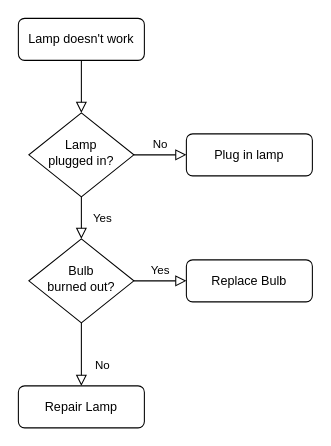
KotaHemanthIITD/competitive_coding keeps this draw.io diagram as job_scheduler.drawio. Above is the earlier version. Source tidied: cells renumbered, new cells numbered last; positions are measured from the earlier drawing's top-left corner, leaving out a move shared by most shapes. Both pictures are drawn from the tidied source at 105%, with x=0, y=0 at pixel (18, 18).
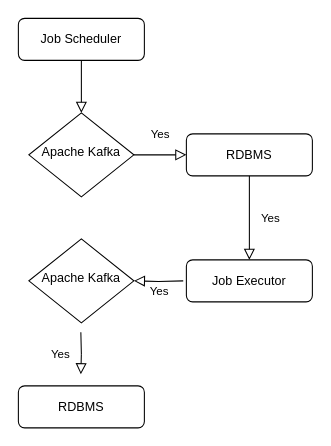
Above is the later version.

The edit, as a diff of the source:
```diff
@@
 <mxGraphModel>
   <root>
     <mxCell id="0" />
     <mxCell id="1" parent="0" />
     <mxCell id="2" style="rounded=0;html=1;jettySize=auto;fontSize=11;endArrow=block;endFill=0;endSize=8;strokeWidth=1;shadow=0;labelBackgroundColor=none;edgeStyle=orthogonalEdgeStyle;" parent="1" edge="1" source="3" target="6">
       <mxGeometry relative="1" as="geometry" />
     </mxCell>
-    <mxCell id="3" value="Lamp doesn't work" style="rounded=1;whiteSpace=wrap;html=1;fontSize=12;glass=0;strokeWidth=1;shadow=0;" parent="1" vertex="1">
+    <mxCell id="3" value="Job Scheduler" style="rounded=1;whiteSpace=wrap;html=1;fontSize=12;glass=0;strokeWidth=1;shadow=0;" parent="1" vertex="1">
       <mxGeometry width="120" height="40" as="geometry" />
     </mxCell>
-    <mxCell id="4" value="Yes" style="rounded=0;html=1;jettySize=auto;fontSize=11;endArrow=block;endFill=0;endSize=8;strokeWidth=1;shadow=0;labelBackgroundColor=none;edgeStyle=orthogonalEdgeStyle;" parent="1" edge="1" source="6" target="10">
+    <mxCell id="4" value="Yes" style="rounded=0;html=1;jettySize=auto;fontSize=11;endArrow=block;endFill=0;endSize=8;strokeWidth=1;shadow=0;labelBackgroundColor=none;edgeStyle=orthogonalEdgeStyle;exitX=0.5;exitY=1;exitDx=0;exitDy=0;entryX=0.5;entryY=0;entryDx=0;entryDy=0;" parent="1" edge="1" source="7" target="12">
       <mxGeometry y="20" relative="1" as="geometry" />
     </mxCell>
-    <mxCell id="5" value="No" style="edgeStyle=orthogonalEdgeStyle;rounded=0;html=1;jettySize=auto;fontSize=11;endArrow=block;endFill=0;endSize=8;strokeWidth=1;shadow=0;labelBackgroundColor=none;" parent="1" edge="1" source="6" target="7">
-      <mxGeometry y="10" relative="1" as="geometry" />
-    </mxCell>
-    <mxCell id="6" value="Lamp&lt;br&gt;plugged in?" style="rhombus;whiteSpace=wrap;html=1;shadow=0;fontFamily=Helvetica;fontSize=12;align=center;strokeWidth=1;spacing=6;spacingTop=-4;" parent="1" vertex="1">
+    <mxCell id="6" value="Apache Kafka" style="rhombus;whiteSpace=wrap;html=1;shadow=0;fontFamily=Helvetica;fontSize=12;align=center;strokeWidth=1;spacing=6;spacingTop=-4;" parent="1" vertex="1">
       <mxGeometry x="10" y="90" width="100" height="80" as="geometry" />
     </mxCell>
-    <mxCell id="7" value="Plug in lamp" style="rounded=1;whiteSpace=wrap;html=1;fontSize=12;glass=0;strokeWidth=1;shadow=0;" parent="1" vertex="1">
+    <mxCell id="7" value="RDBMS" style="rounded=1;whiteSpace=wrap;html=1;fontSize=12;glass=0;strokeWidth=1;shadow=0;" parent="1" vertex="1">
       <mxGeometry x="160" y="110" width="120" height="40" as="geometry" />
     </mxCell>
-    <mxCell id="8" value="No" style="rounded=0;html=1;jettySize=auto;fontSize=11;endArrow=block;endFill=0;endSize=8;strokeWidth=1;shadow=0;labelBackgroundColor=none;edgeStyle=orthogonalEdgeStyle;" parent="1" edge="1" source="10" target="11">
-      <mxGeometry x="0.33" y="20" relative="1" as="geometry" />
-    </mxCell>
-    <mxCell id="9" value="Yes" style="edgeStyle=orthogonalEdgeStyle;rounded=0;html=1;jettySize=auto;fontSize=11;endArrow=block;endFill=0;endSize=8;strokeWidth=1;shadow=0;labelBackgroundColor=none;" parent="1" edge="1" source="10" target="12">
-      <mxGeometry y="10" relative="1" as="geometry" />
+    <mxCell id="9" value="Yes" style="edgeStyle=orthogonalEdgeStyle;rounded=0;html=1;jettySize=auto;fontSize=11;endArrow=block;endFill=0;endSize=8;strokeWidth=1;shadow=0;labelBackgroundColor=none;entryX=1;entryY=0.5;entryDx=0;entryDy=0;" parent="1" edge="1" target="10">
+      <mxGeometry y="10" relative="1" as="geometry">
+        <mxPoint x="157" y="250" as="sourcePoint" />
+      </mxGeometry>
     </mxCell>
-    <mxCell id="10" value="Bulb&lt;br&gt;burned out?" style="rhombus;whiteSpace=wrap;html=1;shadow=0;fontFamily=Helvetica;fontSize=12;align=center;strokeWidth=1;spacing=6;spacingTop=-4;" parent="1" vertex="1">
+    <mxCell id="10" value="Apache Kafka" style="rhombus;whiteSpace=wrap;html=1;shadow=0;fontFamily=Helvetica;fontSize=12;align=center;strokeWidth=1;spacing=6;spacingTop=-4;" parent="1" vertex="1">
       <mxGeometry x="10" y="210" width="100" height="80" as="geometry" />
     </mxCell>
-    <mxCell id="11" value="Repair Lamp" style="rounded=1;whiteSpace=wrap;html=1;fontSize=12;glass=0;strokeWidth=1;shadow=0;" parent="1" vertex="1">
+    <mxCell id="11" value="RDBMS" style="rounded=1;whiteSpace=wrap;html=1;fontSize=12;glass=0;strokeWidth=1;shadow=0;" parent="1" vertex="1">
       <mxGeometry y="350" width="120" height="40" as="geometry" />
     </mxCell>
-    <mxCell id="12" value="Replace Bulb" style="rounded=1;whiteSpace=wrap;html=1;fontSize=12;glass=0;strokeWidth=1;shadow=0;" parent="1" vertex="1">
+    <mxCell id="12" value="Job Executor" style="rounded=1;whiteSpace=wrap;html=1;fontSize=12;glass=0;strokeWidth=1;shadow=0;" parent="1" vertex="1">
       <mxGeometry x="160" y="230" width="120" height="40" as="geometry" />
     </mxCell>
+    <mxCell id="5" value="Yes" style="rounded=0;html=1;jettySize=auto;fontSize=11;endArrow=block;endFill=0;endSize=8;strokeWidth=1;shadow=0;labelBackgroundColor=none;edgeStyle=orthogonalEdgeStyle;exitX=1;exitY=0.5;exitDx=0;exitDy=0;entryX=0;entryY=0.5;entryDx=0;entryDy=0;" parent="1" edge="1" source="6" target="7">
+      <mxGeometry y="20" relative="1" as="geometry" />
+    </mxCell>
+    <mxCell id="13" value="Yes" style="rounded=0;html=1;jettySize=auto;orthogonalLoop=1;fontSize=11;endArrow=block;endFill=0;endSize=8;strokeWidth=1;shadow=0;labelBackgroundColor=none;edgeStyle=orthogonalEdgeStyle;" parent="1" edge="1">
+      <mxGeometry y="20" relative="1" as="geometry">
+        <mxPoint x="59.5" y="299" as="sourcePoint" />
+        <mxPoint x="59.5" y="339" as="targetPoint" />
+      </mxGeometry>
+    </mxCell>
   </root>
 </mxGraphModel>
```
